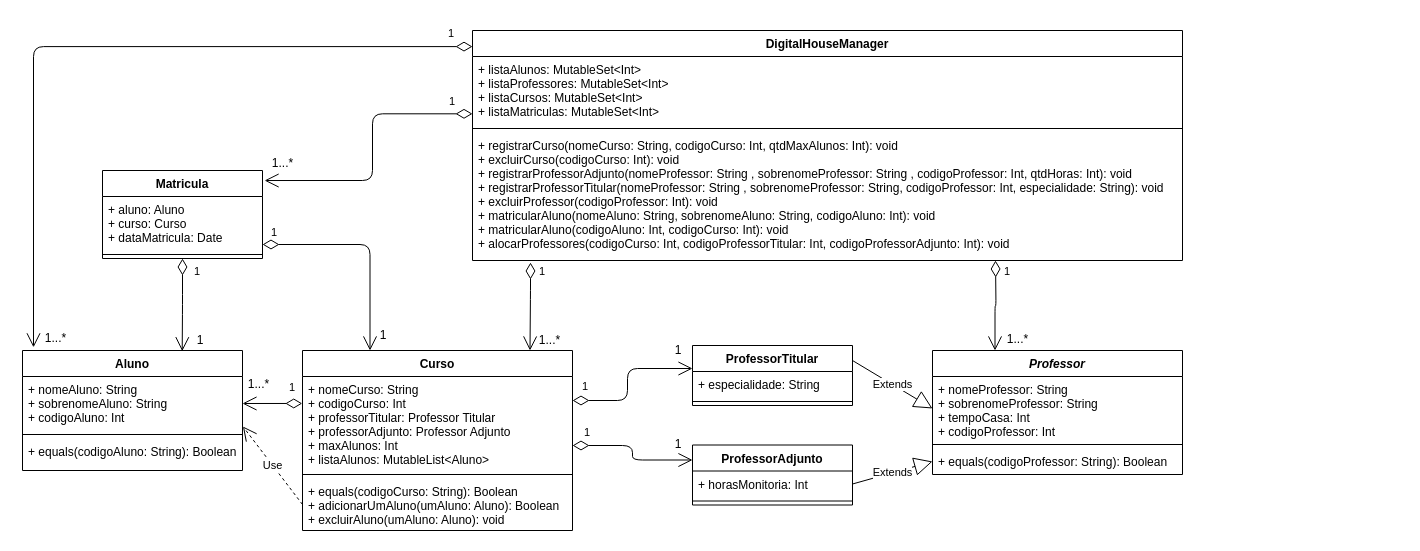
This is DesafioKotlin_UML.drawio from marina-saito/DH_Desafio_Kotlin, a draw.io file, before an edit. Source tidied: cells renumbered, new cells numbered last; positions are measured from the earlier drawing's top-left corner, leaving out a move shared by most shapes. Both pictures are drawn from the tidied source at 100%, with x=0, y=0 at pixel (22, 30).
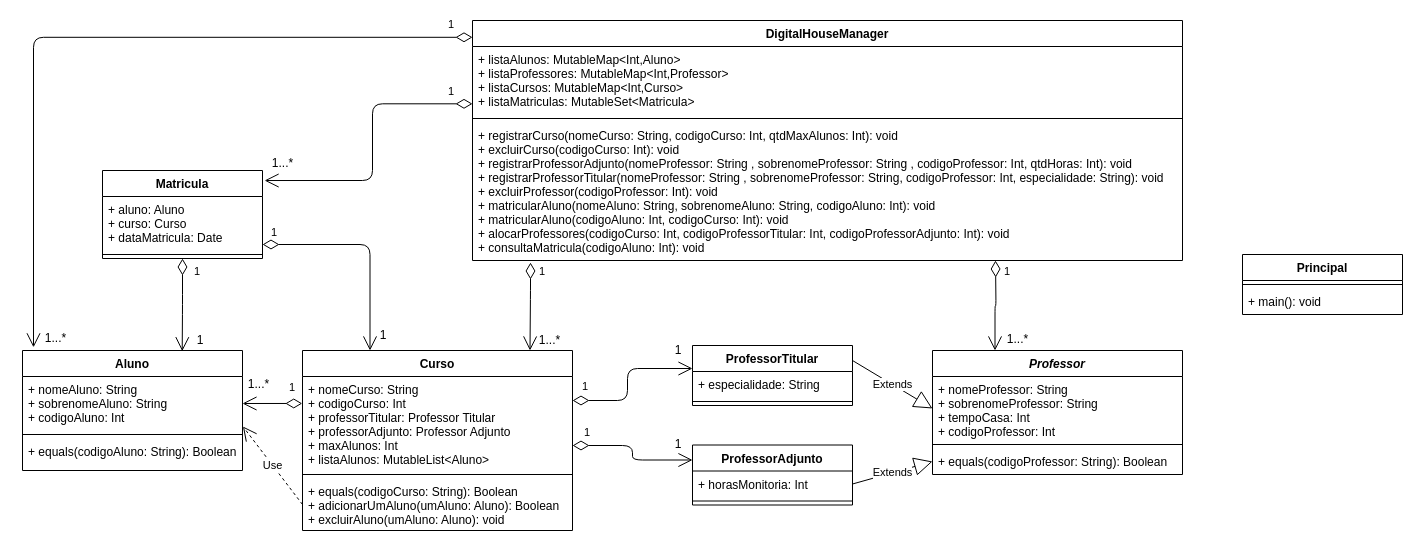
Above is the later version.

Commit message (it also covers changes not shown here):
Parte K - Criação do método consultaMatricula

Unchanged cells that the change refers to:
```xml
<mxCell id="28" value="Matricula" style="swimlane;fontStyle=1;align=center;verticalAlign=top;horizontal=1;startSize=26;" parent="1" vertex="1">
  <mxGeometry x="80" y="140" width="160" height="88" as="geometry" />
</mxCell>
```

Diff of the diagram source:
```diff
@@
     <mxCell id="37" value="1" style="endArrow=open;html=1;endSize=12;startArrow=diamondThin;startSize=14;startFill=0;edgeStyle=orthogonalEdgeStyle;align=left;verticalAlign=bottom;entryX=1.013;entryY=0.114;entryDx=0;entryDy=0;entryPerimeter=0;exitX=0;exitY=0.843;exitDx=0;exitDy=0;exitPerimeter=0;" parent="1" edge="1" source="44" target="28">
       <mxGeometry x="-0.82" y="-3" relative="1" as="geometry">
         <Array as="points">
-          <mxPoint x="350" y="83" />
+          <mxPoint x="350" y="73" />
           <mxPoint x="350" y="150" />
         </Array>
       </mxGeometry>
     </mxCell>
@@
     <mxCell id="43" value="DigitalHouseManager" style="swimlane;fontStyle=1;align=center;verticalAlign=top;horizontal=1;startSize=26;" parent="1" vertex="1">
-      <mxGeometry x="450" width="710" height="230" as="geometry" />
+      <mxGeometry x="450" y="-10" width="710" height="240" as="geometry" />
     </mxCell>
-    <mxCell id="44" value="+ listaAlunos: MutableSet&lt;Int&gt;&#10;+ listaProfessores: MutableSet&lt;Int&gt;&#10;+ listaCursos: MutableSet&lt;Int&gt;&#10;+ listaMatriculas: MutableSet&lt;Int&gt;" style="text;strokeColor=none;fillColor=none;align=left;verticalAlign=top;spacingLeft=4;spacingRight=4;overflow=hidden;points=[[0,0.5],[1,0.5]];portConstraint=eastwest;" parent="43" vertex="1">
+    <mxCell id="44" value="+ listaAlunos: MutableMap&lt;Int,Aluno&gt;&#10;+ listaProfessores: MutableMap&lt;Int,Professor&gt;&#10;+ listaCursos: MutableMap&lt;Int,Curso&gt;&#10;+ listaMatriculas: MutableSet&lt;Matricula&gt;" style="text;strokeColor=none;fillColor=none;align=left;verticalAlign=top;spacingLeft=4;spacingRight=4;overflow=hidden;points=[[0,0.5],[1,0.5]];portConstraint=eastwest;" parent="43" vertex="1">
       <mxGeometry y="26" width="710" height="68" as="geometry" />
     </mxCell>
@@
-    <mxCell id="46" value="+ registrarCurso(nomeCurso: String, codigoCurso: Int, qtdMaxAlunos: Int): void&#10;+ excluirCurso(codigoCurso: Int): void&#10;+ registrarProfessorAdjunto(nomeProfessor: String , sobrenomeProfessor: String , codigoProfessor: Int, qtdHoras: Int): void&#10;+ registrarProfessorTitular(nomeProfessor: String , sobrenomeProfessor: String, codigoProfessor: Int, especialidade: String): void&#10;+ excluirProfessor(codigoProfessor: Int): void&#10;+ matricularAluno(nomeAluno: String, sobrenomeAluno: String, codigoAluno: Int): void&#10;+ matricularAluno(codigoAluno: Int, codigoCurso: Int): void&#10;+ alocarProfessores(codigoCurso: Int, codigoProfessorTitular: Int, codigoProfessorAdjunto: Int): void" style="text;strokeColor=none;fillColor=none;align=left;verticalAlign=top;spacingLeft=4;spacingRight=4;overflow=hidden;" parent="43" vertex="1">
-      <mxGeometry y="102" width="710" height="128" as="geometry" />
+    <mxCell id="46" value="+ registrarCurso(nomeCurso: String, codigoCurso: Int, qtdMaxAlunos: Int): void&#10;+ excluirCurso(codigoCurso: Int): void&#10;+ registrarProfessorAdjunto(nomeProfessor: String , sobrenomeProfessor: String , codigoProfessor: Int, qtdHoras: Int): void&#10;+ registrarProfessorTitular(nomeProfessor: String , sobrenomeProfessor: String, codigoProfessor: Int, especialidade: String): void&#10;+ excluirProfessor(codigoProfessor: Int): void&#10;+ matricularAluno(nomeAluno: String, sobrenomeAluno: String, codigoAluno: Int): void&#10;+ matricularAluno(codigoAluno: Int, codigoCurso: Int): void&#10;+ alocarProfessores(codigoCurso: Int, codigoProfessorTitular: Int, codigoProfessorAdjunto: Int): void&#10;+ consultaMatricula(codigoAluno: Int): void" style="text;strokeColor=none;fillColor=none;align=left;verticalAlign=top;spacingLeft=4;spacingRight=4;overflow=hidden;" parent="43" vertex="1">
+      <mxGeometry y="102" width="710" height="138" as="geometry" />
     </mxCell>
@@
+    <mxCell id="48" value="Principal" style="swimlane;fontStyle=1;align=center;verticalAlign=top;horizontal=1;startSize=26;" parent="1" vertex="1">
+      <mxGeometry x="1220" y="224" width="160" height="60" as="geometry" />
+    </mxCell>
+    <mxCell id="49" style="line;strokeWidth=1;fillColor=none;align=left;verticalAlign=middle;spacingTop=-1;spacingLeft=3;spacingRight=3;labelPosition=right;" parent="48" vertex="1">
+      <mxGeometry y="26" width="160" height="8" as="geometry" />
+    </mxCell>
+    <mxCell id="50" value="+ main(): void" style="text;strokeColor=none;fillColor=none;align=left;verticalAlign=top;spacingLeft=4;spacingRight=4;overflow=hidden;" parent="48" vertex="1">
+      <mxGeometry y="34" width="160" height="26" as="geometry" />
+    </mxCell>
```
